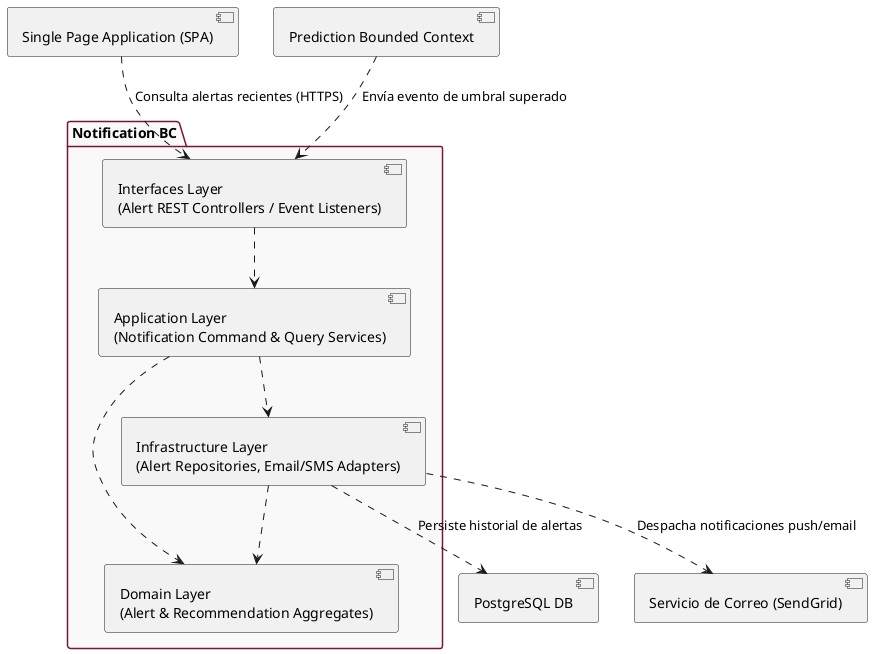
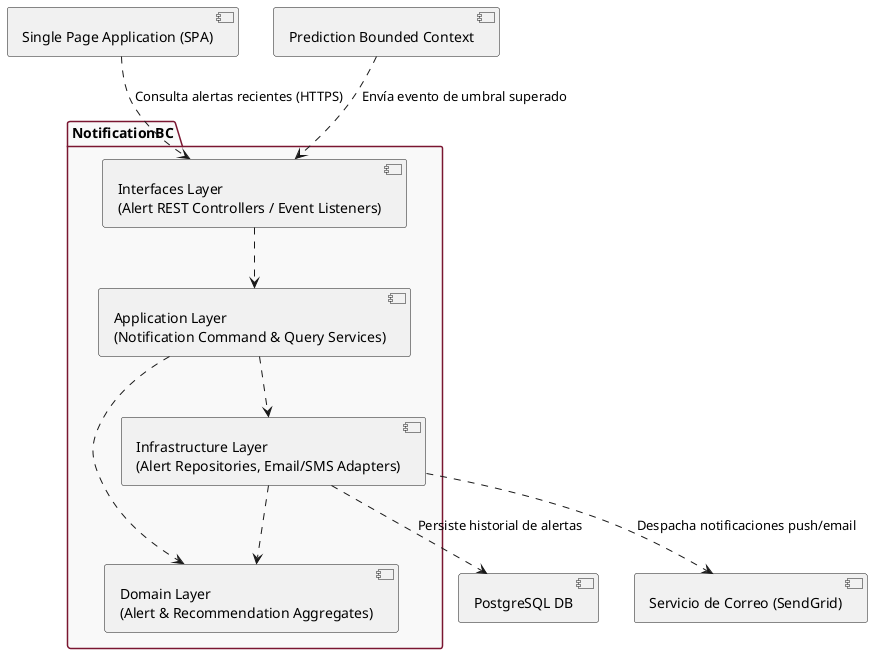
- @startuml "Capas - Notification BC"
+ @startuml "Capas - NotificationBC"
skinparam componentStyle uml2
skinparam package {
  BackgroundColor #F9F9F9
  BorderColor #7A1631
}


- package "Notification BC" {
+ package "NotificationBC" {

  component [Domain Layer\n(Alert & Recommendation Aggregates)] as Domain

  component [Application Layer\n(Notification Command & Query Services)] as Application

  component [Interfaces Layer\n(Alert REST Controllers / Event Listeners)] as Interfaces

  component [Infrastructure Layer\n(Alert Repositories, Email/SMS Adapters)] as Infra

  Interfaces ..> Application
  Application ..> Domain
  Application ..> Infra
  Infra ..> Domain
}

[Single Page Application (SPA)] ..> Interfaces : "Consulta alertas recientes (HTTPS)"
[Prediction Bounded Context] ..> Interfaces : "Envía evento de umbral superado"
Infra ..> [PostgreSQL DB] : "Persiste historial de alertas"
Infra ..> [Servicio de Correo (SendGrid)] : "Despacha notificaciones push/email"

@enduml
